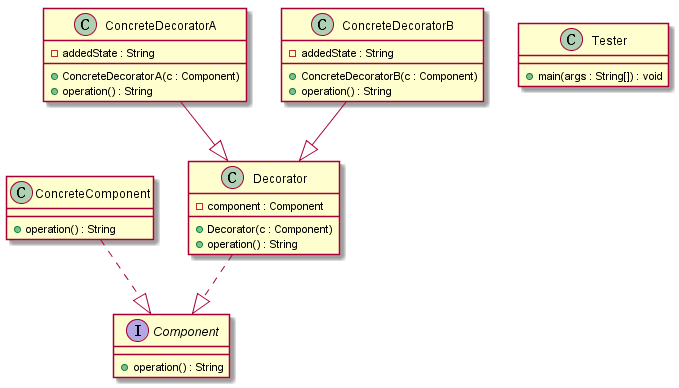
This is test.png from SamJaylnn/UML-Parser, a PlantUML export, as it was before one commit.
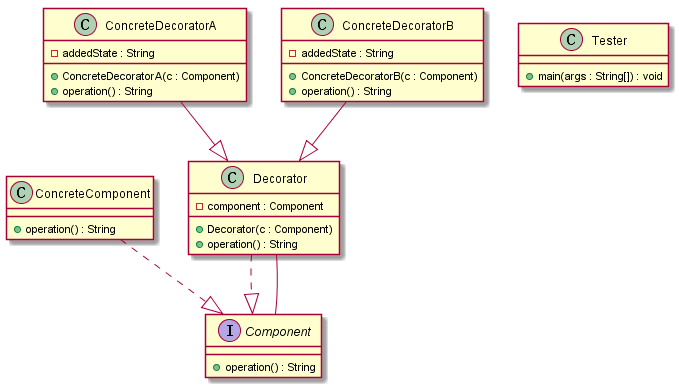
After the change.

The edit, as a diff of the source:
```diff
@@ -21,5 +21,6 @@
 ConcreteDecoratorA --|> Decorator
 ConcreteDecoratorB --|> Decorator
 Decorator ..|> Component
+Decorator -- Component
 
 @enduml
```
